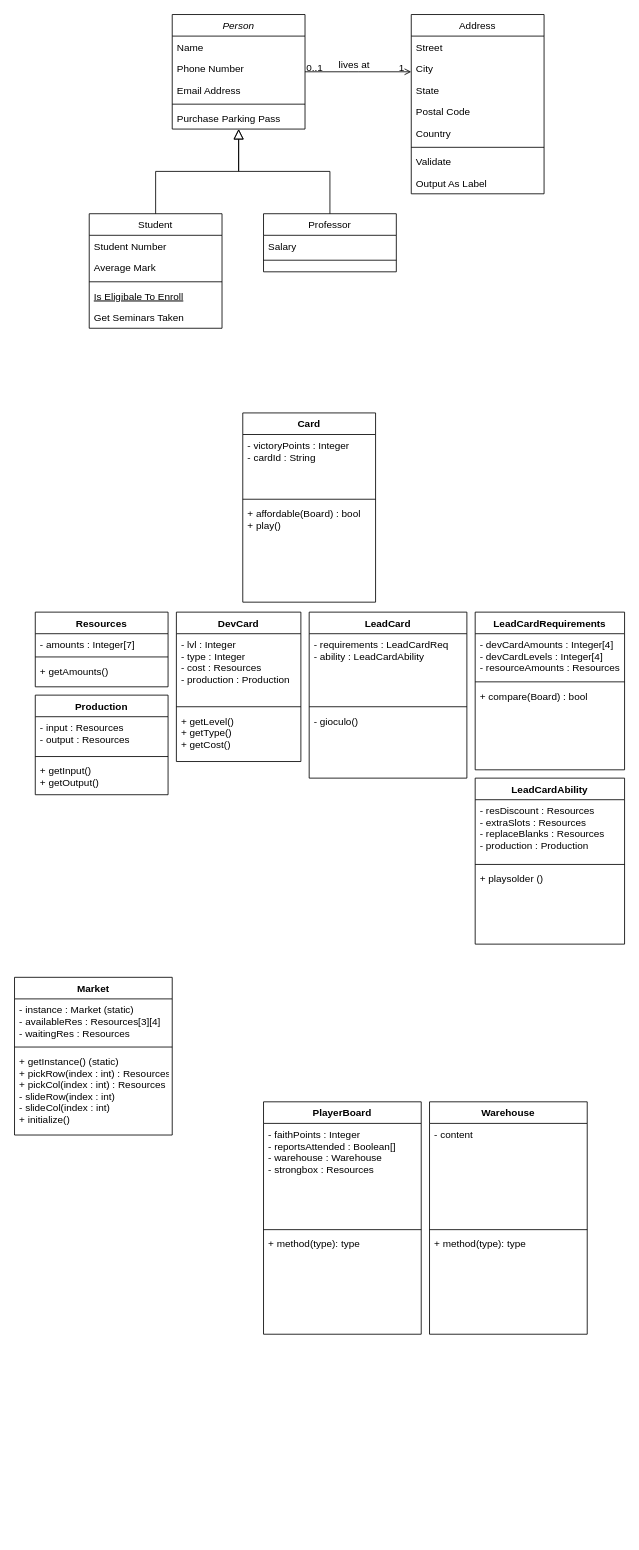
Earlier version of the draw.io diagram Untitled Diagram.drawio (itsPeetah/polimi-ing-sw-2021-Monea-Kercini-Moroni). Source tidied: cells renumbered, new cells numbered last; positions are measured from the earlier drawing's top-left corner, leaving out a move shared by most shapes. Both pictures are drawn from the tidied source at 83%, with x=0, y=0 at pixel (14, 14).
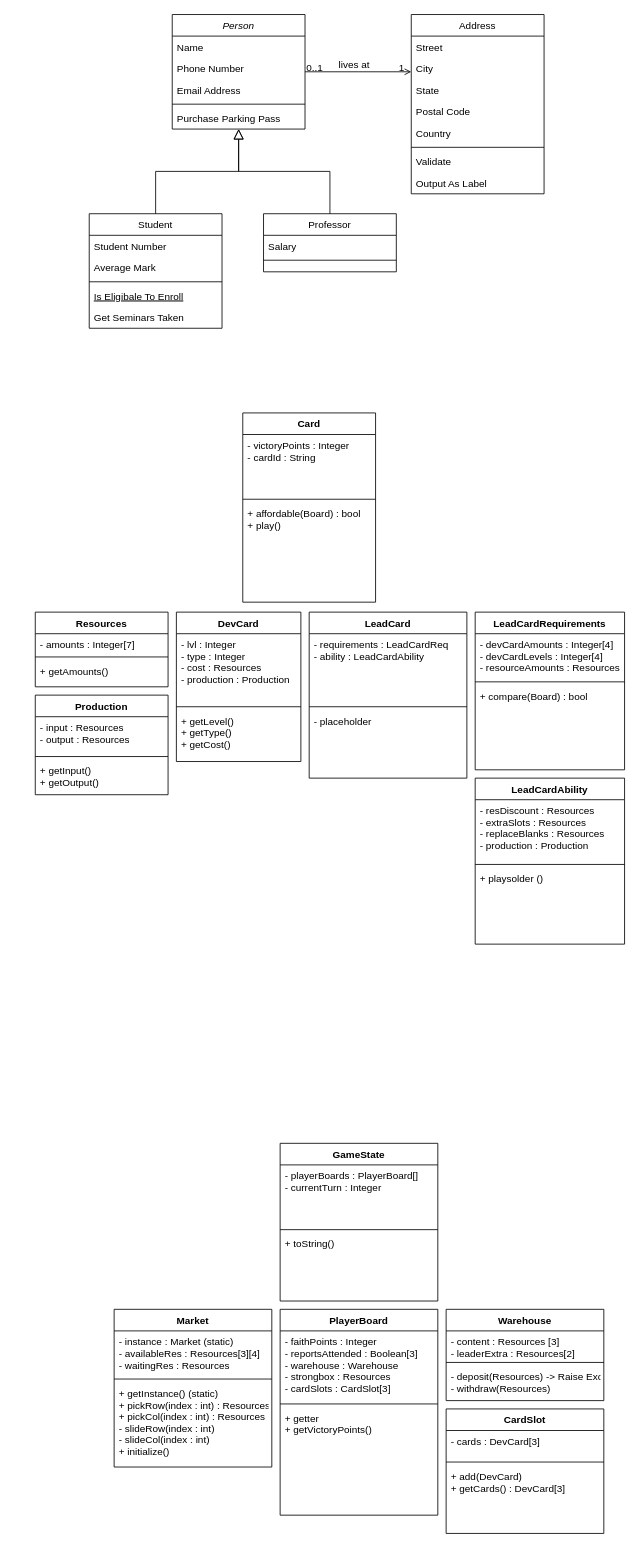
The same page after the edit.

Unchanged cells that the change refers to:
```xml
<mxCell id="48" value="LeadCard" style="swimlane;fontStyle=1;align=center;verticalAlign=top;horizontal=1;startSize=26;" parent="1" vertex="1">
  <mxGeometry x="355" y="720" width="190" height="200" as="geometry" />
</mxCell>
```

What changed in the source:
```diff
@@
-    <mxCell id="51" value="- gioculo()" style="text;strokeColor=none;fillColor=none;align=left;verticalAlign=top;spacingLeft=4;spacingRight=4;overflow=hidden;" parent="48" vertex="1">
+    <mxCell id="51" value="- placeholder" style="text;strokeColor=none;fillColor=none;align=left;verticalAlign=top;spacingLeft=4;spacingRight=4;overflow=hidden;" parent="48" vertex="1">
       <mxGeometry y="118" width="190" height="82" as="geometry" />
     </mxCell>
@@
     <mxCell id="60" value="Market" style="swimlane;fontStyle=1;align=center;verticalAlign=top;horizontal=1;startSize=26;" parent="1" vertex="1">
-      <mxGeometry y="1160" width="190" height="190" as="geometry" />
+      <mxGeometry x="120" y="1560" width="190" height="190" as="geometry" />
     </mxCell>
@@
     <mxCell id="64" value="PlayerBoard" style="swimlane;fontStyle=1;align=center;verticalAlign=top;horizontal=1;startSize=26;" parent="1" vertex="1">
-      <mxGeometry x="300" y="1310" width="190" height="280" as="geometry" />
+      <mxGeometry x="320" y="1560" width="190" height="248" as="geometry" />
     </mxCell>
-    <mxCell id="65" value="- faithPoints : Integer&#10;- reportsAttended : Boolean[]&#10;- warehouse : Warehouse&#10;- strongbox : Resources" style="text;strokeColor=none;fillColor=none;align=left;verticalAlign=top;spacingLeft=4;spacingRight=4;overflow=hidden;" parent="64" vertex="1">
-      <mxGeometry y="26" width="190" height="124" as="geometry" />
+    <mxCell id="65" value="- faithPoints : Integer&#10;- reportsAttended : Boolean[3]&#10;- warehouse : Warehouse&#10;- strongbox : Resources&#10;- cardSlots : CardSlot[3]" style="text;strokeColor=none;fillColor=none;align=left;verticalAlign=top;spacingLeft=4;spacingRight=4;overflow=hidden;" parent="64" vertex="1">
+      <mxGeometry y="26" width="190" height="84" as="geometry" />
     </mxCell>
     <mxCell id="66" style="line;strokeWidth=1;fillColor=none;align=left;verticalAlign=middle;spacingTop=-1;spacingLeft=3;spacingRight=3;labelPosition=right;" parent="64" vertex="1">
-      <mxGeometry y="150" width="190" height="8" as="geometry" />
+      <mxGeometry y="110" width="190" height="8" as="geometry" />
     </mxCell>
-    <mxCell id="67" value="+ method(type): type" style="text;strokeColor=none;fillColor=none;align=left;verticalAlign=top;spacingLeft=4;spacingRight=4;overflow=hidden;" parent="64" vertex="1">
-      <mxGeometry y="158" width="190" height="122" as="geometry" />
+    <mxCell id="67" value="+ getter&#10;+ getVictoryPoints()" style="text;strokeColor=none;fillColor=none;align=left;verticalAlign=top;spacingLeft=4;spacingRight=4;overflow=hidden;" parent="64" vertex="1">
+      <mxGeometry y="118" width="190" height="130" as="geometry" />
     </mxCell>
     <mxCell id="68" value="Warehouse" style="swimlane;fontStyle=1;align=center;verticalAlign=top;horizontal=1;startSize=26;" parent="1" vertex="1">
-      <mxGeometry x="500" y="1310" width="190" height="280" as="geometry" />
+      <mxGeometry x="520" y="1560" width="190" height="110" as="geometry" />
     </mxCell>
-    <mxCell id="69" value="- content" style="text;strokeColor=none;fillColor=none;align=left;verticalAlign=top;spacingLeft=4;spacingRight=4;overflow=hidden;" parent="68" vertex="1">
-      <mxGeometry y="26" width="190" height="124" as="geometry" />
+    <mxCell id="69" value="- content : Resources [3]&#10;- leaderExtra : Resources[2]" style="text;strokeColor=none;fillColor=none;align=left;verticalAlign=top;spacingLeft=4;spacingRight=4;overflow=hidden;" parent="68" vertex="1">
+      <mxGeometry y="26" width="190" height="34" as="geometry" />
     </mxCell>
     <mxCell id="70" style="line;strokeWidth=1;fillColor=none;align=left;verticalAlign=middle;spacingTop=-1;spacingLeft=3;spacingRight=3;labelPosition=right;" parent="68" vertex="1">
-      <mxGeometry y="150" width="190" height="8" as="geometry" />
+      <mxGeometry y="60" width="190" height="8" as="geometry" />
     </mxCell>
-    <mxCell id="71" value="+ method(type): type" style="text;strokeColor=none;fillColor=none;align=left;verticalAlign=top;spacingLeft=4;spacingRight=4;overflow=hidden;" parent="68" vertex="1">
-      <mxGeometry y="158" width="190" height="122" as="geometry" />
+    <mxCell id="71" value="- deposit(Resources) -&gt; Raise Exc&#10;- withdraw(Resources)" style="text;strokeColor=none;fillColor=none;align=left;verticalAlign=top;spacingLeft=4;spacingRight=4;overflow=hidden;" parent="68" vertex="1">
+      <mxGeometry y="68" width="190" height="42" as="geometry" />
     </mxCell>
+    <mxCell id="72" value="CardSlot" style="swimlane;fontStyle=1;align=center;verticalAlign=top;horizontal=1;startSize=26;" parent="1" vertex="1">
+      <mxGeometry x="520" y="1680" width="190" height="150" as="geometry" />
+    </mxCell>
+    <mxCell id="73" value="- cards : DevCard[3]" style="text;strokeColor=none;fillColor=none;align=left;verticalAlign=top;spacingLeft=4;spacingRight=4;overflow=hidden;" parent="72" vertex="1">
+      <mxGeometry y="26" width="190" height="34" as="geometry" />
+    </mxCell>
+    <mxCell id="74" style="line;strokeWidth=1;fillColor=none;align=left;verticalAlign=middle;spacingTop=-1;spacingLeft=3;spacingRight=3;labelPosition=right;" parent="72" vertex="1">
+      <mxGeometry y="60" width="190" height="8" as="geometry" />
+    </mxCell>
+    <mxCell id="75" value="+ add(DevCard)&#10;+ getCards() : DevCard[3]" style="text;strokeColor=none;fillColor=none;align=left;verticalAlign=top;spacingLeft=4;spacingRight=4;overflow=hidden;" parent="72" vertex="1">
+      <mxGeometry y="68" width="190" height="82" as="geometry" />
+    </mxCell>
+    <mxCell id="76" value="GameState" style="swimlane;fontStyle=1;align=center;verticalAlign=top;horizontal=1;startSize=26;" parent="1" vertex="1">
+      <mxGeometry x="320" y="1360" width="190" height="190" as="geometry" />
+    </mxCell>
+    <mxCell id="77" value="- playerBoards : PlayerBoard[]&#10;- currentTurn : Integer" style="text;strokeColor=none;fillColor=none;align=left;verticalAlign=top;spacingLeft=4;spacingRight=4;overflow=hidden;" parent="76" vertex="1">
+      <mxGeometry y="26" width="190" height="74" as="geometry" />
+    </mxCell>
+    <mxCell id="78" style="line;strokeWidth=1;fillColor=none;align=left;verticalAlign=middle;spacingTop=-1;spacingLeft=3;spacingRight=3;labelPosition=right;" parent="76" vertex="1">
+      <mxGeometry y="100" width="190" height="8" as="geometry" />
+    </mxCell>
+    <mxCell id="79" value="+ toString()" style="text;strokeColor=none;fillColor=none;align=left;verticalAlign=top;spacingLeft=4;spacingRight=4;overflow=hidden;" parent="76" vertex="1">
+      <mxGeometry y="108" width="190" height="82" as="geometry" />
+    </mxCell>
```
